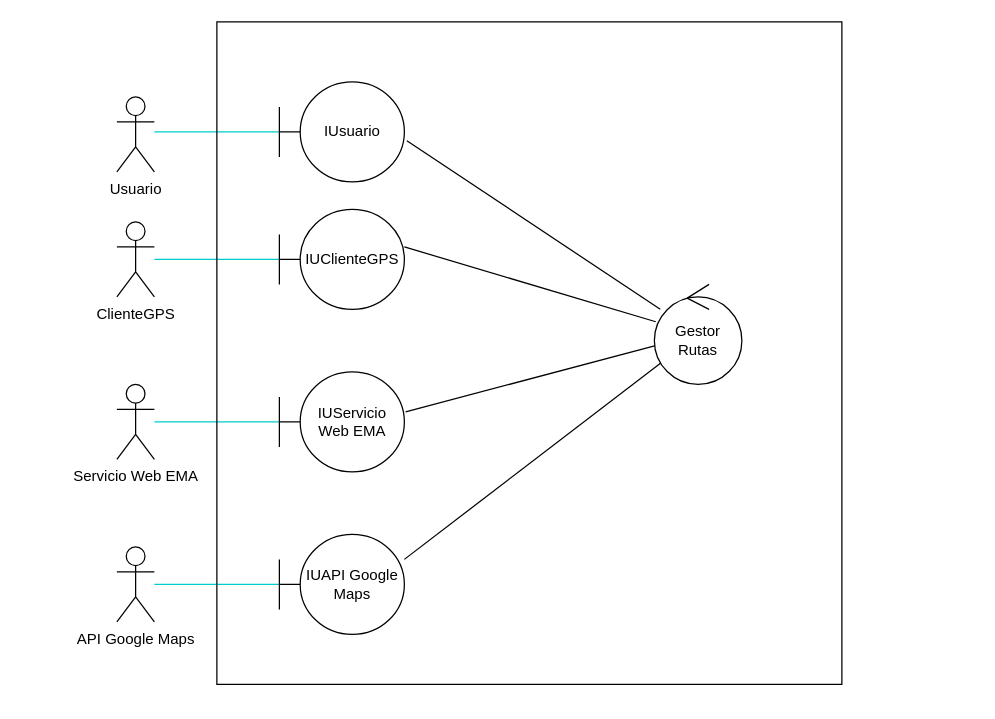
Above: Untitled Diagram.drawio in JCAMRO5/Notify (draw.io), before the change. Source tidied: cells renumbered, new cells numbered last; positions are measured from the earlier drawing's top-left corner, leaving out a move shared by most shapes. Both pictures are drawn from the tidied source at 125%, with x=0, y=0 at pixel (116, 21).
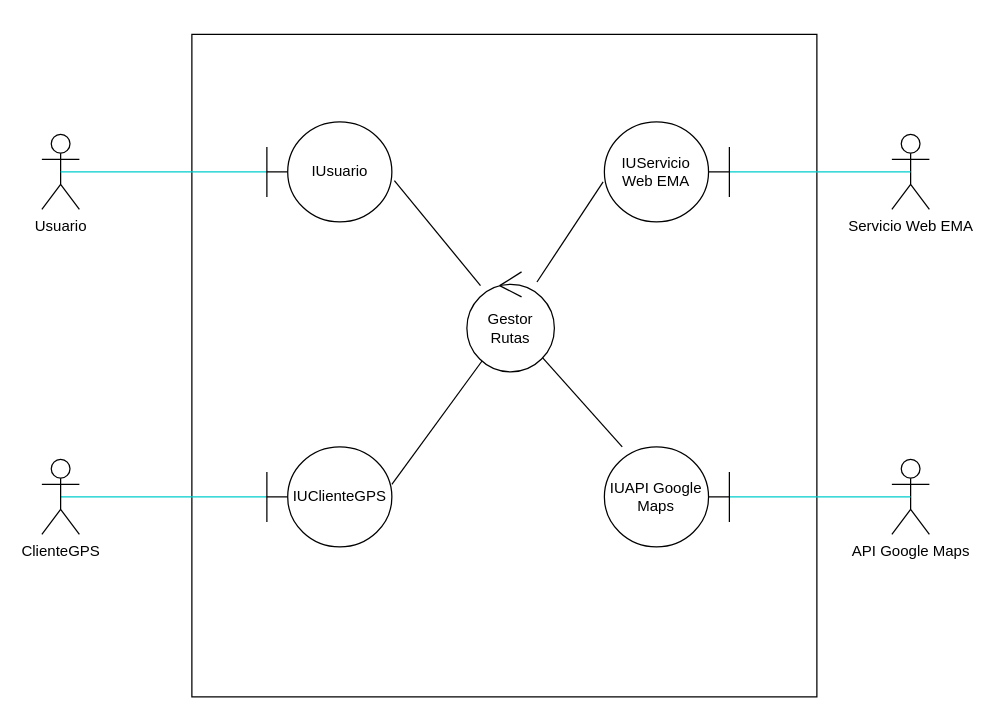
Above is the later version.

The edit, as a diff of the source:
```diff
@@
+    <mxCell id="19" style="rounded=0;whiteSpace=wrap;html=1;fillColor=none;" parent="1" vertex="1">
+      <mxGeometry x="60" y="10" width="500" height="530" as="geometry" />
+    </mxCell>
     <mxCell id="2" value="Usuario" style="shape=umlActor;verticalLabelPosition=bottom;labelBackgroundColor=#ffffff;verticalAlign=top;html=1;outlineConnect=0;" parent="1" vertex="1">
-      <mxGeometry y="60" width="30" height="60" as="geometry" />
+      <mxGeometry x="-60" y="90" width="30" height="60" as="geometry" />
     </mxCell>
-    <mxCell id="3" style="edgeStyle=orthogonalEdgeStyle;rounded=0;jettySize=auto;html=1;endArrow=none;endFill=0;fillColor=#dae8fc;strokeColor=#00CCCC;" parent="1" edge="1" source="4">
-      <mxGeometry relative="1" as="geometry">
-        <mxPoint x="30" y="88" as="targetPoint" />
-      </mxGeometry>
+    <mxCell id="3" style="rounded=0;jettySize=auto;html=1;endArrow=none;endFill=0;fillColor=#dae8fc;strokeColor=#00CCCC;entryX=0.5;entryY=0.5;entryDx=0;entryDy=0;entryPerimeter=0;" parent="1" edge="1" source="4" target="2">
+      <mxGeometry relative="1" as="geometry" />
     </mxCell>
     <mxCell id="4" value="IUsuario" style="shape=umlBoundary;whiteSpace=wrap;html=1;" parent="1" vertex="1">
-      <mxGeometry x="130" y="48" width="100" height="80" as="geometry" />
+      <mxGeometry x="120" y="80" width="100" height="80" as="geometry" />
     </mxCell>
@@
-    <mxCell id="8" style="edgeStyle=none;rounded=0;jettySize=auto;html=1;entryX=1;entryY=0.25;entryDx=0;entryDy=0;entryPerimeter=0;endArrow=none;endFill=0;" parent="1" edge="1" source="9" target="18">
+    <mxCell id="8" style="edgeStyle=none;rounded=0;jettySize=auto;html=1;endArrow=none;endFill=0;" parent="1" edge="1" source="9" target="18">
       <mxGeometry relative="1" as="geometry" />
     </mxCell>
     <mxCell id="9" value="Gestor Rutas" style="ellipse;shape=umlControl;whiteSpace=wrap;html=1;" parent="1" vertex="1">
-      <mxGeometry x="430" y="210" width="70" height="80" as="geometry" />
+      <mxGeometry x="280" y="200" width="70" height="80" as="geometry" />
     </mxCell>
-    <mxCell id="10" style="edgeStyle=orthogonalEdgeStyle;rounded=0;jettySize=auto;html=1;endArrow=none;endFill=0;strokeColor=#00CCCC;" parent="1" edge="1" source="11" target="12">
+    <mxCell id="10" style="rounded=0;jettySize=auto;html=1;endArrow=none;endFill=0;strokeColor=#00CCCC;entryX=0.5;entryY=0.5;entryDx=0;entryDy=0;entryPerimeter=0;" parent="1" edge="1" source="11" target="12">
       <mxGeometry relative="1" as="geometry" />
     </mxCell>
     <mxCell id="11" value="IUClienteGPS" style="shape=umlBoundary;whiteSpace=wrap;html=1;" parent="1" vertex="1">
-      <mxGeometry x="130" y="150" width="100" height="80" as="geometry" />
+      <mxGeometry x="120" y="340" width="100" height="80" as="geometry" />
     </mxCell>
     <mxCell id="12" value="ClienteGPS" style="shape=umlActor;verticalLabelPosition=bottom;labelBackgroundColor=#ffffff;verticalAlign=top;html=1;outlineConnect=0;" parent="1" vertex="1">
-      <mxGeometry y="160" width="30" height="60" as="geometry" />
+      <mxGeometry x="-60" y="350" width="30" height="60" as="geometry" />
     </mxCell>
     <mxCell id="13" value="Servicio Web EMA" style="shape=umlActor;verticalLabelPosition=bottom;labelBackgroundColor=#ffffff;verticalAlign=top;html=1;outlineConnect=0;" parent="1" vertex="1">
-      <mxGeometry y="290" width="30" height="60" as="geometry" />
+      <mxGeometry x="620" y="90" width="30" height="60" as="geometry" />
     </mxCell>
     <mxCell id="14" value="API Google Maps" style="shape=umlActor;verticalLabelPosition=bottom;labelBackgroundColor=#ffffff;verticalAlign=top;html=1;outlineConnect=0;" parent="1" vertex="1">
-      <mxGeometry y="420" width="30" height="60" as="geometry" />
+      <mxGeometry x="620" y="350" width="30" height="60" as="geometry" />
     </mxCell>
-    <mxCell id="15" style="edgeStyle=orthogonalEdgeStyle;rounded=0;jettySize=auto;html=1;endArrow=none;endFill=0;strokeColor=#00CCCC;" parent="1" edge="1" source="16">
-      <mxGeometry relative="1" as="geometry">
-        <mxPoint x="30" y="320" as="targetPoint" />
-      </mxGeometry>
+    <mxCell id="15" style="rounded=0;jettySize=auto;html=1;endArrow=none;endFill=0;strokeColor=#00CCCC;entryX=0.5;entryY=0.5;entryDx=0;entryDy=0;entryPerimeter=0;" parent="1" edge="1" source="16" target="13">
+      <mxGeometry relative="1" as="geometry" />
     </mxCell>
-    <mxCell id="16" value="IUServicio Web EMA" style="shape=umlBoundary;whiteSpace=wrap;html=1;" parent="1" vertex="1">
-      <mxGeometry x="130" y="280" width="100" height="80" as="geometry" />
+    <mxCell id="16" value="IUServicio Web EMA" style="shape=umlBoundary;whiteSpace=wrap;html=1;direction=west;" parent="1" vertex="1">
+      <mxGeometry x="390" y="80" width="100" height="80" as="geometry" />
     </mxCell>
-    <mxCell id="17" style="edgeStyle=orthogonalEdgeStyle;rounded=0;jettySize=auto;html=1;endArrow=none;endFill=0;strokeColor=#00CCCC;" parent="1" edge="1" source="18">
-      <mxGeometry relative="1" as="geometry">
-        <mxPoint x="30" y="450" as="targetPoint" />
-      </mxGeometry>
+    <mxCell id="17" style="rounded=0;jettySize=auto;html=1;endArrow=none;endFill=0;strokeColor=#00CCCC;entryX=0.5;entryY=0.5;entryDx=0;entryDy=0;entryPerimeter=0;" parent="1" edge="1" source="18" target="14">
+      <mxGeometry relative="1" as="geometry" />
     </mxCell>
-    <mxCell id="18" value="IUAPI Google Maps" style="shape=umlBoundary;whiteSpace=wrap;html=1;" parent="1" vertex="1">
-      <mxGeometry x="130" y="410" width="100" height="80" as="geometry" />
+    <mxCell id="18" value="IUAPI Google Maps" style="shape=umlBoundary;whiteSpace=wrap;html=1;direction=west;" parent="1" vertex="1">
+      <mxGeometry x="390" y="340" width="100" height="80" as="geometry" />
     </mxCell>
-    <mxCell id="19" style="rounded=0;whiteSpace=wrap;html=1;fillColor=none;" parent="1" vertex="1">
-      <mxGeometry x="80" width="500" height="530" as="geometry" />
-    </mxCell>
```
